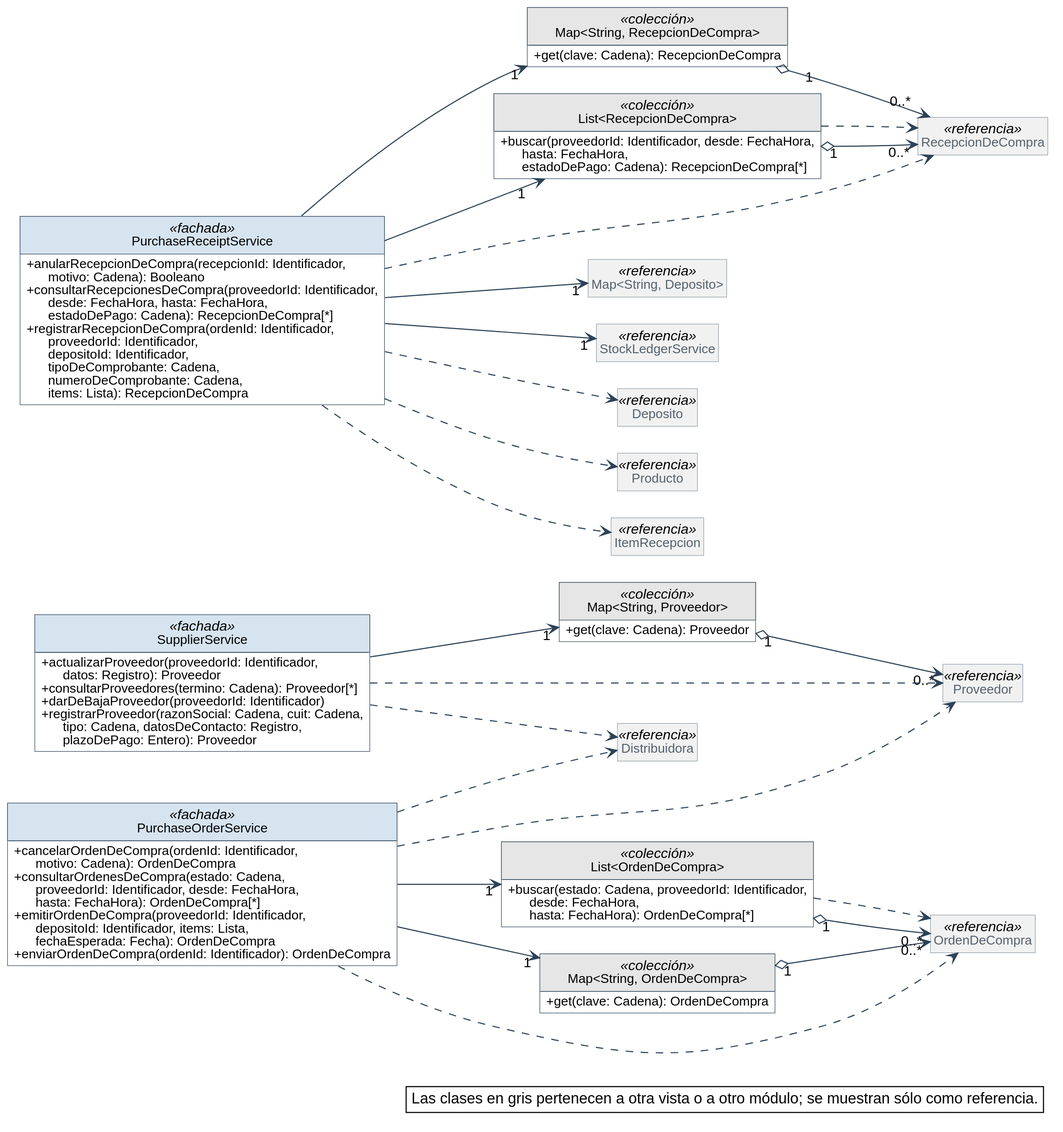
Nahuelito-Dev/splg-docs keeps this PlantUML diagram as diagramas/clases-diseno/DC_Mod_Compras.svg. Above is the earlier version. The source it was exported from:
```plantuml
@startuml
skinparam backgroundColor #FFFFFF
skinparam shadowing false
skinparam defaultFontName Helvetica
skinparam defaultFontSize 13
skinparam dpi 150
skinparam nodesep 40
skinparam ranksep 55
skinparam classAttributeIconSize 0
skinparam roundCorner 0
skinparam genericDisplay old
skinparam class {
  BorderColor #2C4257
  BackgroundColor #FFFFFF
  ArrowColor #2C4257
  FontSize 14
  AttributeFontSize 12
  HeaderBackgroundColor #E8EEF3
}
skinparam class<<referencia>> {
  BackgroundColor #F1F1F1
  BorderColor #8A97A3
  FontColor #55616C
}
skinparam class<<fachada>> {
  HeaderBackgroundColor #D6E4F0
}
skinparam class<<controlador>> {
  HeaderBackgroundColor #D6E4F0
}
skinparam class<<fabricación pura>> {
  HeaderBackgroundColor #F3E9CF
}
skinparam class<<colección>> {
  HeaderBackgroundColor #E6E6E6
}
skinparam class<<adaptador>> {
  HeaderBackgroundColor #DCEBDD
}
skinparam interface {
  BorderColor #2C4257
  BackgroundColor #FFFFFF
  HeaderBackgroundColor #DCEBDD
  FontSize 14
  AttributeFontSize 12
}
skinparam note {
  BackgroundColor #FFFFFF
  BorderColor #2C4257
}
skinparam packageStyle rectangle
skinparam package {
  BorderColor #8A97A3
  FontSize 13
  FontColor #55616C
}
hide circle
hide empty members

left to right direction
skinparam nodesep 25
skinparam ranksep 90
class SupplierService <<fachada>> {
  + actualizarProveedor(proveedorId: Identificador,\n      datos: Registro): Proveedor
  + consultarProveedores(termino: Cadena): Proveedor[*]
  + darDeBajaProveedor(proveedorId: Identificador)
  + registrarProveedor(razonSocial: Cadena, cuit: Cadena,\n      tipo: Cadena, datosDeContacto: Registro,\n      plazoDePago: Entero): Proveedor
}
class "Map<String, Proveedor>" as Map_String_Proveedor <<colección>> {
  + get(clave: Cadena): Proveedor
}
class PurchaseOrderService <<fachada>> {
  + cancelarOrdenDeCompra(ordenId: Identificador,\n      motivo: Cadena): OrdenDeCompra
  + consultarOrdenesDeCompra(estado: Cadena,\n      proveedorId: Identificador, desde: FechaHora,\n      hasta: FechaHora): OrdenDeCompra[*]
  + emitirOrdenDeCompra(proveedorId: Identificador,\n      depositoId: Identificador, items: Lista,\n      fechaEsperada: Fecha): OrdenDeCompra
  + enviarOrdenDeCompra(ordenId: Identificador): OrdenDeCompra
}
class "List<OrdenDeCompra>" as List_OrdenDeCompra <<colección>> {
  + buscar(estado: Cadena, proveedorId: Identificador,\n      desde: FechaHora,\n      hasta: FechaHora): OrdenDeCompra[*]
}
class "Map<String, OrdenDeCompra>" as Map_String_OrdenDeCompra <<colección>> {
  + get(clave: Cadena): OrdenDeCompra
}
class PurchaseReceiptService <<fachada>> {
  + anularRecepcionDeCompra(recepcionId: Identificador,\n      motivo: Cadena): Booleano
  + consultarRecepcionesDeCompra(proveedorId: Identificador,\n      desde: FechaHora, hasta: FechaHora,\n      estadoDePago: Cadena): RecepcionDeCompra[*]
  + registrarRecepcionDeCompra(ordenId: Identificador,\n      proveedorId: Identificador,\n      depositoId: Identificador,\n      tipoDeComprobante: Cadena,\n      numeroDeComprobante: Cadena,\n      items: Lista): RecepcionDeCompra
}
class "Map<String, RecepcionDeCompra>" as Map_String_RecepcionDeCompra <<colección>> {
  + get(clave: Cadena): RecepcionDeCompra
}
class "List<RecepcionDeCompra>" as List_RecepcionDeCompra <<colección>> {
  + buscar(proveedorId: Identificador, desde: FechaHora,\n      hasta: FechaHora,\n      estadoDePago: Cadena): RecepcionDeCompra[*]
}
class Proveedor <<referencia>>
class OrdenDeCompra <<referencia>>
class RecepcionDeCompra <<referencia>>
class "Map<String, Deposito>" as Map_String_Deposito <<referencia>>
class StockLedgerService <<referencia>>
class Distribuidora <<referencia>>
class Deposito <<referencia>>
class Producto <<referencia>>
class ItemRecepcion <<referencia>>

Map_String_Proveedor "1" o--> "0..*" Proveedor
List_OrdenDeCompra "1" o--> "0..*" OrdenDeCompra
Map_String_OrdenDeCompra "1" o--> "0..*" OrdenDeCompra
Map_String_RecepcionDeCompra "1" o--> "0..*" RecepcionDeCompra
List_RecepcionDeCompra "1" o--> "0..*" RecepcionDeCompra
PurchaseOrderService --> "1" List_OrdenDeCompra
PurchaseOrderService --> "1" Map_String_OrdenDeCompra
PurchaseReceiptService --> "1" List_RecepcionDeCompra
PurchaseReceiptService --> "1" Map_String_Deposito
PurchaseReceiptService --> "1" Map_String_RecepcionDeCompra
PurchaseReceiptService --> "1" StockLedgerService
SupplierService --> "1" Map_String_Proveedor
List_OrdenDeCompra ..> OrdenDeCompra
List_RecepcionDeCompra ..> RecepcionDeCompra
PurchaseOrderService ..> Distribuidora
PurchaseOrderService ..> OrdenDeCompra
PurchaseOrderService ..> Proveedor
PurchaseReceiptService ..> Deposito
PurchaseReceiptService ..> ItemRecepcion
PurchaseReceiptService ..> Producto
PurchaseReceiptService ..> RecepcionDeCompra
SupplierService ..> Distribuidora
SupplierService ..> Proveedor

legend bottom right
  Las clases en gris pertenecen a otra vista o a otro módulo; se muestran sólo como referencia.
endlegend
@enduml
```
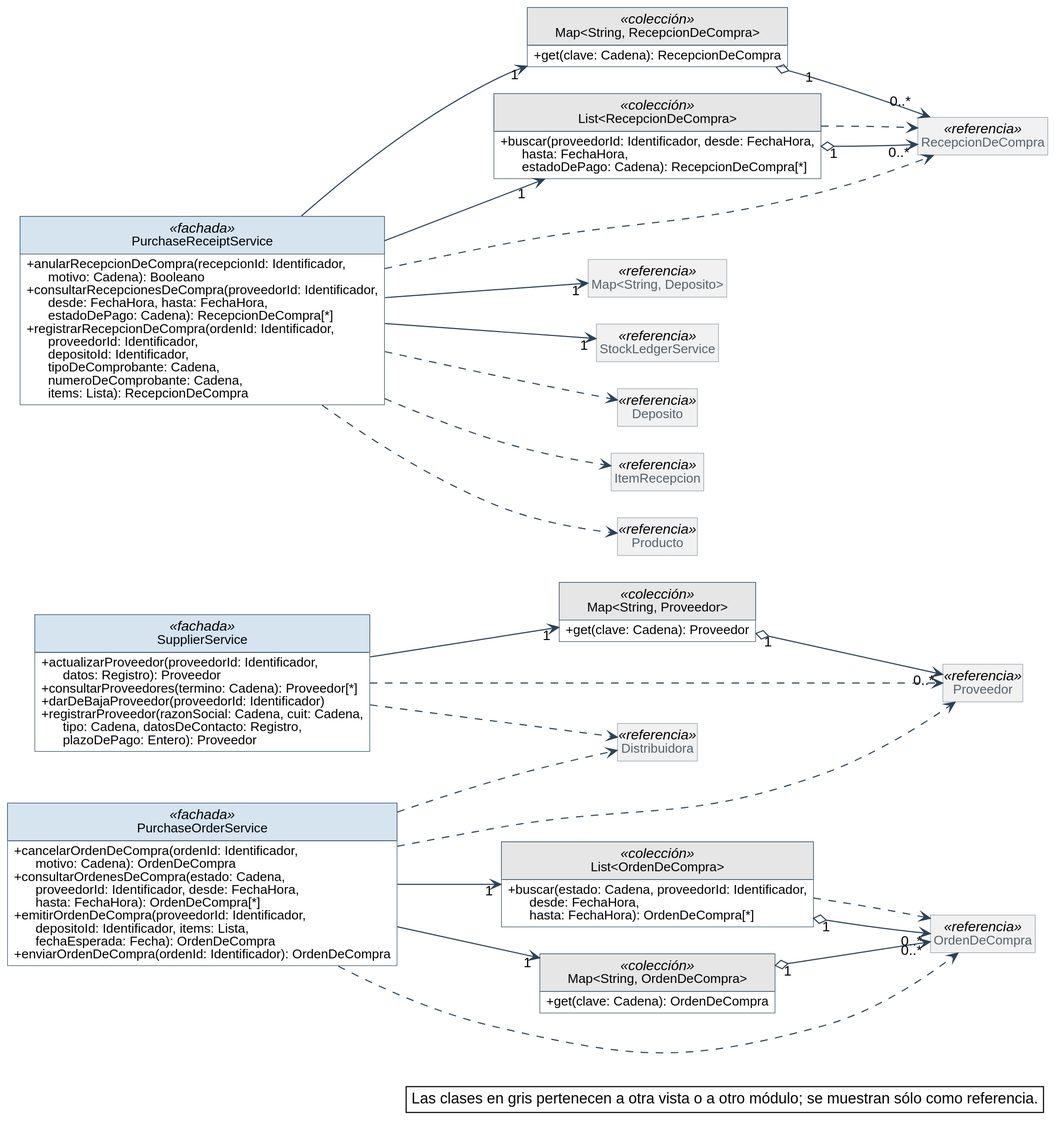
Later version of the same file.

What changed in the source:
```diff
@@ -66,9 +66,6 @@
   + darDeBajaProveedor(proveedorId: Identificador)
   + registrarProveedor(razonSocial: Cadena, cuit: Cadena,\n      tipo: Cadena, datosDeContacto: Registro,\n      plazoDePago: Entero): Proveedor
 }
-class "Map<String, Proveedor>" as Map_String_Proveedor <<colección>> {
-  + get(clave: Cadena): Proveedor
-}
 class PurchaseOrderService <<fachada>> {
   + cancelarOrdenDeCompra(ordenId: Identificador,\n      motivo: Cadena): OrdenDeCompra
   + consultarOrdenesDeCompra(estado: Cadena,\n      proveedorId: Identificador, desde: FechaHora,\n      hasta: FechaHora): OrdenDeCompra[*]
@@ -92,21 +89,24 @@
 class "List<RecepcionDeCompra>" as List_RecepcionDeCompra <<colección>> {
   + buscar(proveedorId: Identificador, desde: FechaHora,\n      hasta: FechaHora,\n      estadoDePago: Cadena): RecepcionDeCompra[*]
 }
-class Proveedor <<referencia>>
+class "Map<String, Proveedor>" as Map_String_Proveedor <<colección>> {
+  + get(clave: Cadena): Proveedor
+}
 class OrdenDeCompra <<referencia>>
 class RecepcionDeCompra <<referencia>>
+class Proveedor <<referencia>>
 class "Map<String, Deposito>" as Map_String_Deposito <<referencia>>
 class StockLedgerService <<referencia>>
 class Distribuidora <<referencia>>
 class Deposito <<referencia>>
+class ItemRecepcion <<referencia>>
 class Producto <<referencia>>
-class ItemRecepcion <<referencia>>
 
-Map_String_Proveedor "1" o--> "0..*" Proveedor
 List_OrdenDeCompra "1" o--> "0..*" OrdenDeCompra
 Map_String_OrdenDeCompra "1" o--> "0..*" OrdenDeCompra
 Map_String_RecepcionDeCompra "1" o--> "0..*" RecepcionDeCompra
 List_RecepcionDeCompra "1" o--> "0..*" RecepcionDeCompra
+Map_String_Proveedor "1" o--> "0..*" Proveedor
 PurchaseOrderService --> "1" List_OrdenDeCompra
 PurchaseOrderService --> "1" Map_String_OrdenDeCompra
 PurchaseReceiptService --> "1" List_RecepcionDeCompra
```
